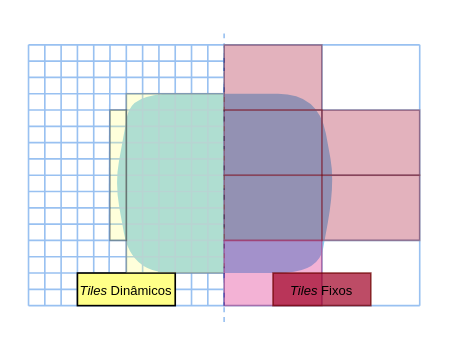
The draw.io diagram FixTILES.drawio in gughets/mrleo, before the edit. Source tidied: cells renumbered, new cells numbered last; positions are measured from the earlier drawing's top-left corner, leaving out a move shared by most shapes. Both pictures are drawn from the tidied source at 163%, with x=0, y=0 at pixel (28, 28).
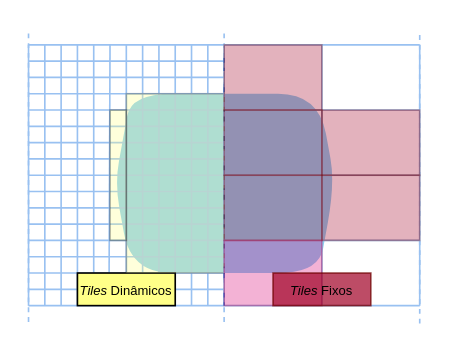
The same page after the edit.

Diff of the diagram source:
```diff
@@
+    <mxCell id="52" style="endArrow=none;html=1;rounded=0;strokeColor=#99C1F1;dashed=1;" parent="1" edge="1">
+      <mxGeometry relative="1" as="geometry">
+        <mxPoint x="240" y="181" as="sourcePoint" />
+        <mxPoint x="240" y="1" as="targetPoint" />
+      </mxGeometry>
+    </mxCell>
@@
+    <mxCell id="53" style="endArrow=none;html=1;rounded=0;strokeColor=#99C1F1;dashed=1;" parent="1" edge="1">
+      <mxGeometry relative="1" as="geometry">
+        <mxPoint y="180" as="sourcePoint" />
+        <mxPoint as="targetPoint" />
+      </mxGeometry>
+    </mxCell>
```
